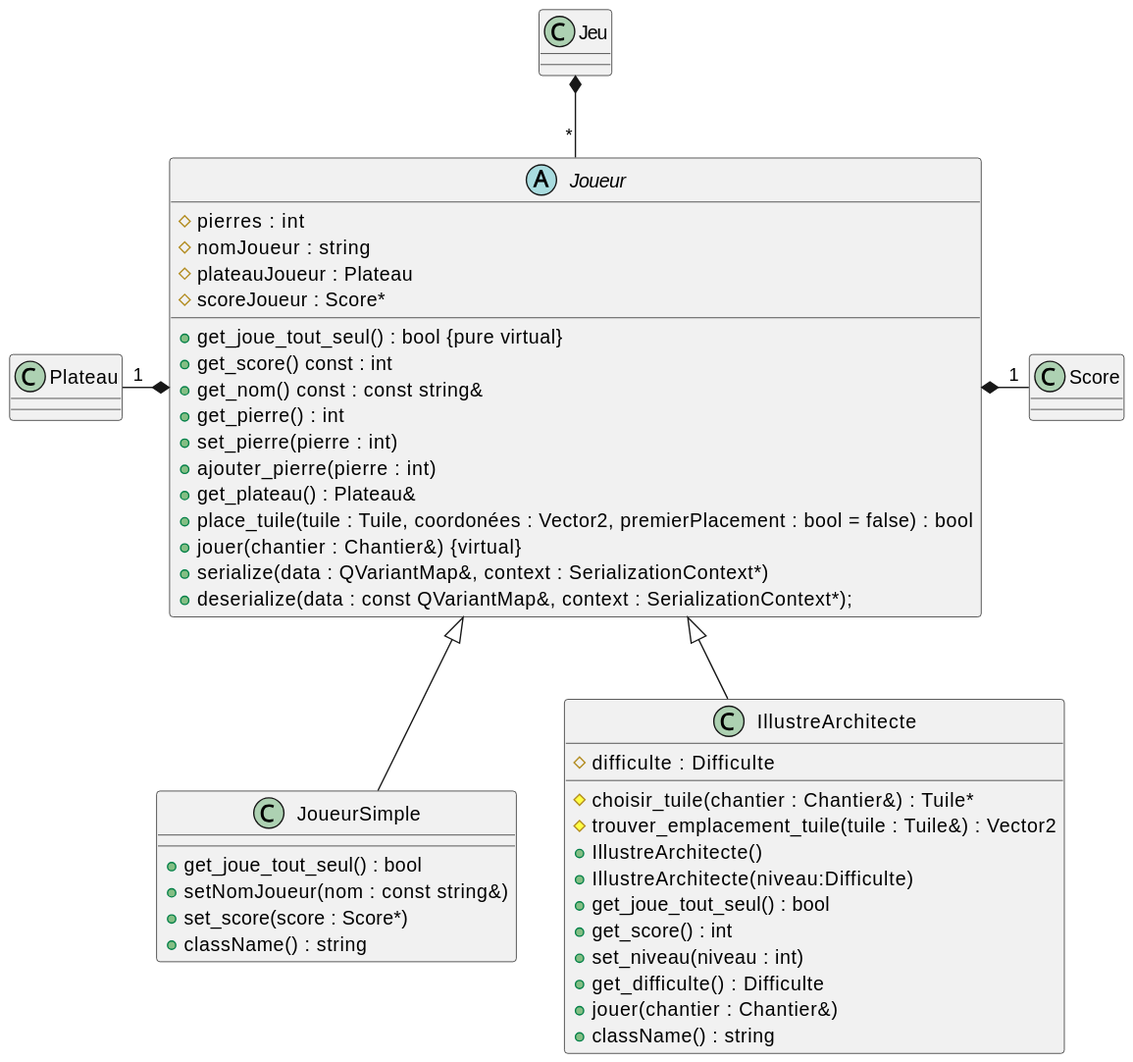
iceknith/LO21-Projet keeps this PlantUML diagram as Rapports/RapportFinalUMLs/player.svg. Above is the earlier version. The source it was exported from:
```plantuml
@startuml
abstract class Joueur {
    # pierres : int
    # nomJoueur : string
    # plateauJoueur : Plateau
    # scoreJoueur : Score*

    + get_joue_tout_seul() : bool {pure virtual}
    + get_score() const : int
    + get_nom() const : const string&
    + get_pierre() : int
    + set_pierre(pierre : int)
    + ajouter_pierre(pierre : int)
    + get_plateau() : Plateau&
    + place_tuile(tuile : Tuile, coordonées : Vector2, premierPlacement : bool = false) : bool
    + jouer(chantier : Chantier&) {virtual}
    + serialize(data : QVariantMap&, context : SerializationContext*)
    + deserialize(data : const QVariantMap&, context : SerializationContext*);
}

class JoueurSimple extends Joueur {
    + get_joue_tout_seul() : bool
    + setNomJoueur(nom : const string&)
    + set_score(score : Score*)
    + className() : string
}

class IllustreArchitecte extends Joueur {
    # difficulte : Difficulte

    # choisir_tuile(chantier : Chantier&) : Tuile*
    # trouver_emplacement_tuile(tuile : Tuile&) : Vector2
    + IllustreArchitecte()
    + IllustreArchitecte(niveau:Difficulte)
    + get_joue_tout_seul() : bool
    + get_score() : int
    + set_niveau(niveau : int)
    + get_difficulte() : Difficulte
    + jouer(chantier : Chantier&)
    + className() : string
}

Plateau "1" -*  Joueur
Joueur *- "1" Score
Jeu *-- "*" Joueur
@enduml
```
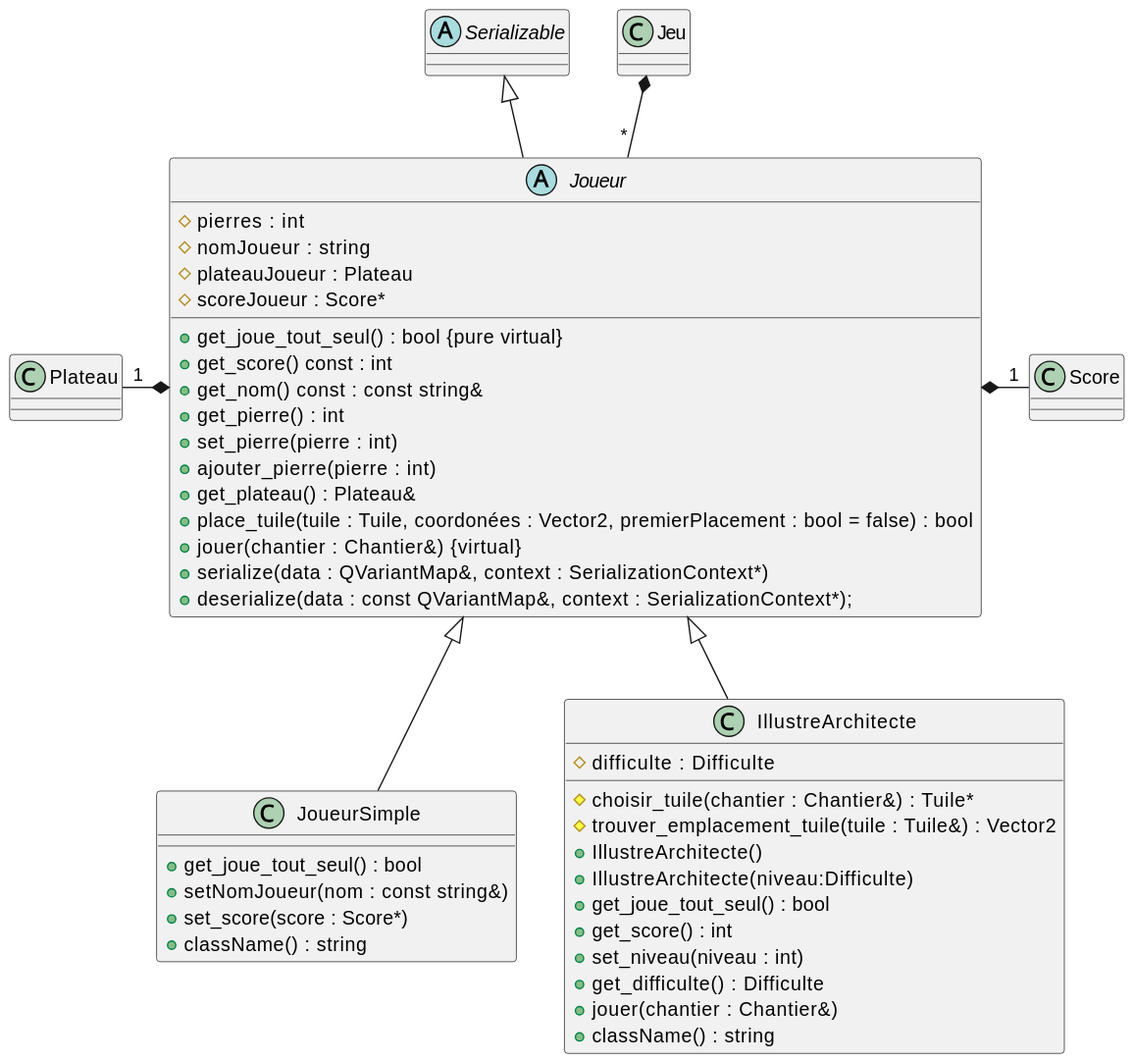
After the change.

Diff of the diagram source:
```diff
@@ -1,5 +1,6 @@
 @startuml
-abstract class Joueur {
+abstract Serializable
+abstract class Joueur extends Serializable {
     # pierres : int
     # nomJoueur : string
     # plateauJoueur : Plateau
```
